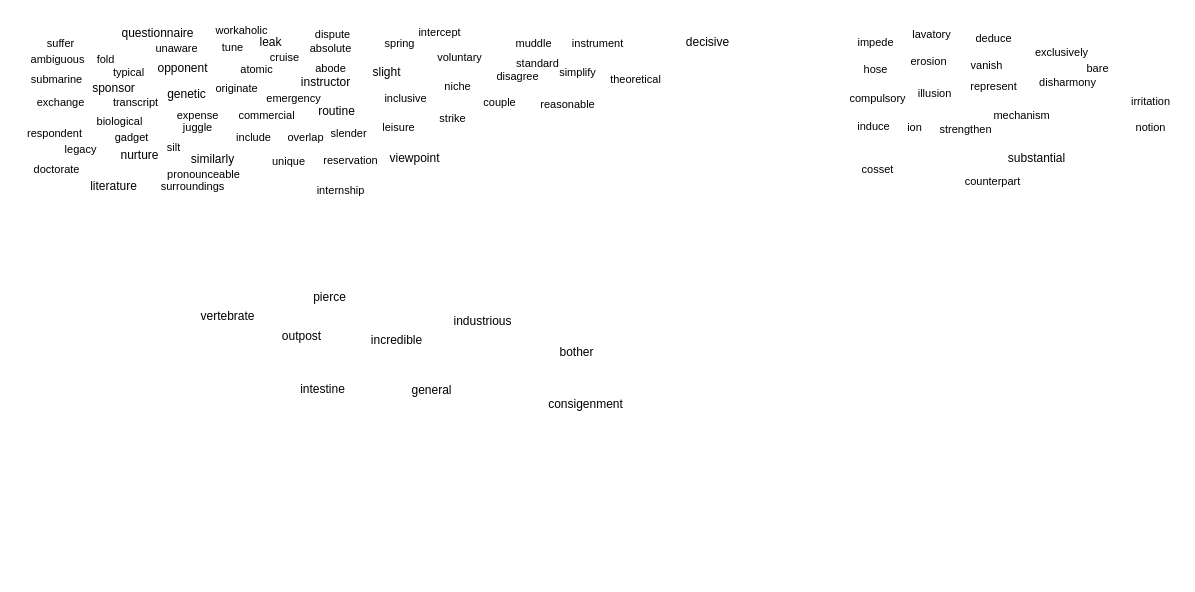
Before: page "2023年12月24日" (2 of 2) of 2023-11-13.drawio in GC-L/hello-world, a draw.io diagram. Source tidied: cells renumbered, new cells numbered last; positions are measured from the earlier drawing's top-left corner, leaving out a move shared by most shapes. Both pictures are drawn from the tidied source at 100%, with x=0, y=0 at pixel (17, 17).
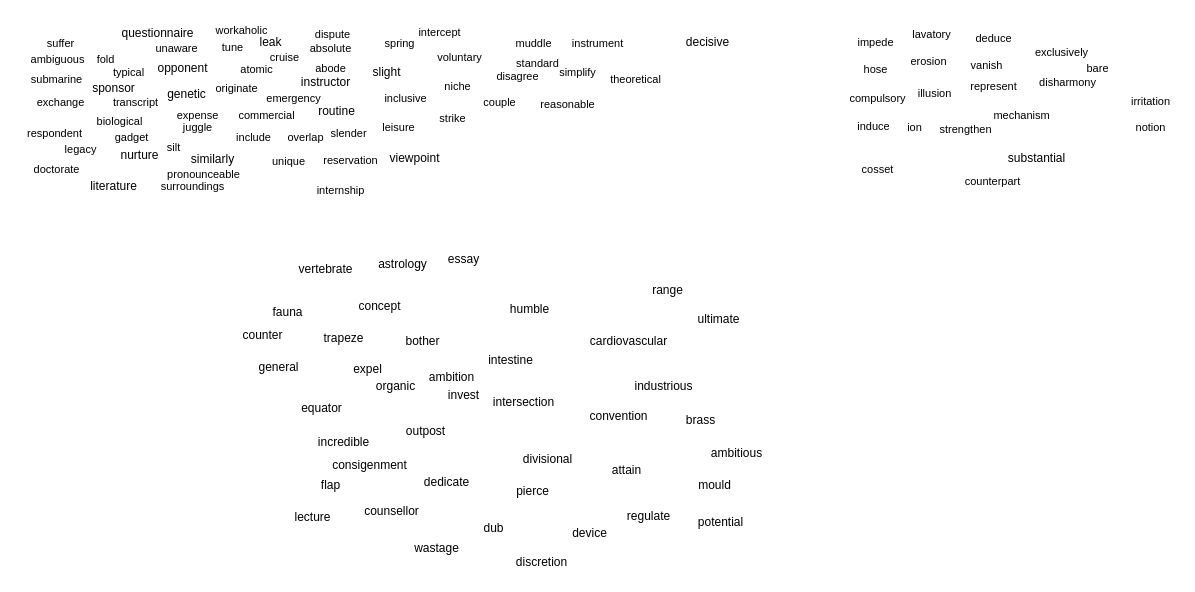
Above is the later version.

Diff of the diagram source:
```diff
@@
     <mxCell id="85" value="pierce" style="text;html=1;align=center;verticalAlign=middle;strokeColor=none;fillColor=none;" parent="1" vertex="1">
-      <mxGeometry x="286" y="267" width="51" height="26" as="geometry" />
+      <mxGeometry x="489" y="461" width="51" height="26" as="geometry" />
     </mxCell>
     <mxCell id="86" value="incredible" style="text;html=1;align=center;verticalAlign=middle;strokeColor=none;fillColor=none;" parent="1" vertex="1">
-      <mxGeometry x="344" y="310" width="69" height="26" as="geometry" />
+      <mxGeometry x="291" y="412" width="69" height="26" as="geometry" />
     </mxCell>
     <mxCell id="87" value="vertebrate" style="text;html=1;align=center;verticalAlign=middle;strokeColor=none;fillColor=none;" parent="1" vertex="1">
-      <mxGeometry x="173.5" y="286" width="72" height="26" as="geometry" />
+      <mxGeometry x="271.5" y="239" width="72" height="26" as="geometry" />
     </mxCell>
     <mxCell id="88" value="industrious" style="text;html=1;align=center;verticalAlign=middle;strokeColor=none;fillColor=none;" parent="1" vertex="1">
-      <mxGeometry x="427" y="291" width="76" height="26" as="geometry" />
+      <mxGeometry x="608" y="356" width="76" height="26" as="geometry" />
     </mxCell>
     <mxCell id="89" value="intestine" style="text;html=1;align=center;verticalAlign=middle;strokeColor=none;fillColor=none;" parent="1" vertex="1">
-      <mxGeometry x="273" y="359" width="63" height="26" as="geometry" />
+      <mxGeometry x="461" y="330" width="63" height="26" as="geometry" />
     </mxCell>
     <mxCell id="90" value="outpost" style="text;html=1;align=center;verticalAlign=middle;strokeColor=none;fillColor=none;" parent="1" vertex="1">
-      <mxGeometry x="255" y="306" width="57" height="26" as="geometry" />
+      <mxGeometry x="379" y="401" width="57" height="26" as="geometry" />
     </mxCell>
     <mxCell id="91" value="general" style="text;html=1;align=center;verticalAlign=middle;strokeColor=none;fillColor=none;" parent="1" vertex="1">
-      <mxGeometry x="385" y="360" width="58" height="26" as="geometry" />
+      <mxGeometry x="232" y="337" width="58" height="26" as="geometry" />
     </mxCell>
     <mxCell id="92" value="bother" style="text;html=1;align=center;verticalAlign=middle;strokeColor=none;fillColor=none;" parent="1" vertex="1">
-      <mxGeometry x="533" y="322" width="52" height="26" as="geometry" />
+      <mxGeometry x="379" y="311" width="52" height="26" as="geometry" />
     </mxCell>
     <mxCell id="93" value="consigenment" style="text;html=1;align=center;verticalAlign=middle;strokeColor=none;fillColor=none;" parent="1" vertex="1">
-      <mxGeometry x="521" y="374" width="93" height="26" as="geometry" />
+      <mxGeometry x="305" y="435" width="93" height="26" as="geometry" />
     </mxCell>
+    <mxCell id="94" value="convention" style="text;html=1;align=center;verticalAlign=middle;strokeColor=none;fillColor=none;" parent="1" vertex="1">
+      <mxGeometry x="563" y="386" width="76" height="26" as="geometry" />
+    </mxCell>
+    <mxCell id="95" value="organic" style="text;html=1;align=center;verticalAlign=middle;strokeColor=none;fillColor=none;" parent="1" vertex="1">
+      <mxGeometry x="349" y="356" width="57" height="26" as="geometry" />
+    </mxCell>
+    <mxCell id="96" value="trapeze" style="text;html=1;align=center;verticalAlign=middle;strokeColor=none;fillColor=none;" parent="1" vertex="1">
+      <mxGeometry x="296.5" y="308" width="58" height="26" as="geometry" />
+    </mxCell>
+    <mxCell id="97" value="intersection" style="text;html=1;align=center;verticalAlign=middle;strokeColor=none;fillColor=none;" parent="1" vertex="1">
+      <mxGeometry x="466" y="372" width="79" height="26" as="geometry" />
+    </mxCell>
+    <mxCell id="98" value="concept" style="text;html=1;align=center;verticalAlign=middle;strokeColor=none;fillColor=none;" parent="1" vertex="1">
+      <mxGeometry x="332" y="276" width="60" height="26" as="geometry" />
+    </mxCell>
+    <mxCell id="99" value="cardiovascular" style="text;html=1;align=center;verticalAlign=middle;strokeColor=none;fillColor=none;" parent="1" vertex="1">
+      <mxGeometry x="563" y="311" width="95" height="26" as="geometry" />
+    </mxCell>
+    <mxCell id="100" value="humble" style="text;html=1;align=center;verticalAlign=middle;strokeColor=none;fillColor=none;" parent="1" vertex="1">
+      <mxGeometry x="483" y="279" width="57" height="26" as="geometry" />
+    </mxCell>
+    <mxCell id="101" value="lecture" style="text;html=1;align=center;verticalAlign=middle;strokeColor=none;fillColor=none;" parent="1" vertex="1">
+      <mxGeometry x="268" y="487" width="54" height="26" as="geometry" />
+    </mxCell>
+    <mxCell id="102" value="counter" style="text;html=1;align=center;verticalAlign=middle;strokeColor=none;fillColor=none;" parent="1" vertex="1">
+      <mxGeometry x="216" y="305" width="58" height="26" as="geometry" />
+    </mxCell>
+    <mxCell id="103" value="brass" style="text;html=1;align=center;verticalAlign=middle;strokeColor=none;fillColor=none;" parent="1" vertex="1">
+      <mxGeometry x="659" y="390" width="47" height="26" as="geometry" />
+    </mxCell>
+    <mxCell id="104" value="fauna" style="text;html=1;align=center;verticalAlign=middle;strokeColor=none;fillColor=none;" parent="1" vertex="1">
+      <mxGeometry x="245.5" y="282" width="48" height="26" as="geometry" />
+    </mxCell>
+    <mxCell id="105" value="expel" style="text;html=1;align=center;verticalAlign=middle;strokeColor=none;fillColor=none;" parent="1" vertex="1">
+      <mxGeometry x="326" y="339" width="47" height="26" as="geometry" />
+    </mxCell>
+    <mxCell id="106" value="equator" style="text;html=1;align=center;verticalAlign=middle;strokeColor=none;fillColor=none;" parent="1" vertex="1">
+      <mxGeometry x="274" y="378" width="59" height="26" as="geometry" />
+    </mxCell>
+    <mxCell id="107" value="divisional" style="text;html=1;align=center;verticalAlign=middle;strokeColor=none;fillColor=none;" parent="1" vertex="1">
+      <mxGeometry x="496" y="429" width="67" height="26" as="geometry" />
+    </mxCell>
+    <mxCell id="108" value="invest" style="text;html=1;align=center;verticalAlign=middle;strokeColor=none;fillColor=none;" parent="1" vertex="1">
+      <mxGeometry x="421" y="365" width="49" height="26" as="geometry" />
+    </mxCell>
+    <mxCell id="109" value="essay" style="text;html=1;align=center;verticalAlign=middle;strokeColor=none;fillColor=none;" parent="1" vertex="1">
+      <mxGeometry x="421" y="229" width="49" height="26" as="geometry" />
+    </mxCell>
+    <mxCell id="110" value="dedicate" style="text;html=1;align=center;verticalAlign=middle;strokeColor=none;fillColor=none;" parent="1" vertex="1">
+      <mxGeometry x="397" y="452" width="63" height="26" as="geometry" />
+    </mxCell>
+    <mxCell id="111" value="astrology" style="text;html=1;align=center;verticalAlign=middle;strokeColor=none;fillColor=none;" parent="1" vertex="1">
+      <mxGeometry x="351" y="234" width="67" height="26" as="geometry" />
+    </mxCell>
+    <mxCell id="112" value="attain" style="text;html=1;align=center;verticalAlign=middle;strokeColor=none;fillColor=none;" parent="1" vertex="1">
+      <mxGeometry x="585" y="440" width="47" height="26" as="geometry" />
+    </mxCell>
+    <mxCell id="113" value="ambition" style="text;html=1;align=center;verticalAlign=middle;strokeColor=none;fillColor=none;" parent="1" vertex="1">
+      <mxGeometry x="402" y="347" width="63" height="26" as="geometry" />
+    </mxCell>
+    <mxCell id="114" value="range" style="text;html=1;align=center;verticalAlign=middle;strokeColor=none;fillColor=none;" parent="1" vertex="1">
+      <mxGeometry x="625" y="260" width="49" height="26" as="geometry" />
+    </mxCell>
+    <mxCell id="115" value="ultimate" style="text;html=1;align=center;verticalAlign=middle;strokeColor=none;fillColor=none;" parent="1" vertex="1">
+      <mxGeometry x="671" y="289" width="60" height="26" as="geometry" />
+    </mxCell>
+    <mxCell id="116" value="counsellor" style="text;html=1;align=center;verticalAlign=middle;strokeColor=none;fillColor=none;" parent="1" vertex="1">
+      <mxGeometry x="337" y="481" width="73" height="26" as="geometry" />
+    </mxCell>
+    <mxCell id="117" value="flap" style="text;html=1;align=center;verticalAlign=middle;strokeColor=none;fillColor=none;" parent="1" vertex="1">
+      <mxGeometry x="294.5" y="455" width="37" height="26" as="geometry" />
+    </mxCell>
+    <mxCell id="118" value="wastage" style="text;html=1;align=center;verticalAlign=middle;strokeColor=none;fillColor=none;" parent="1" vertex="1">
+      <mxGeometry x="387" y="518" width="63" height="26" as="geometry" />
+    </mxCell>
+    <mxCell id="119" value="dub" style="text;html=1;align=center;verticalAlign=middle;strokeColor=none;fillColor=none;" parent="1" vertex="1">
+      <mxGeometry x="457" y="498" width="38" height="26" as="geometry" />
+    </mxCell>
+    <mxCell id="120" value="device" style="text;html=1;align=center;verticalAlign=middle;strokeColor=none;fillColor=none;" parent="1" vertex="1">
+      <mxGeometry x="545" y="503" width="53" height="26" as="geometry" />
+    </mxCell>
+    <mxCell id="121" value="regulate" style="text;html=1;align=center;verticalAlign=middle;strokeColor=none;fillColor=none;" parent="1" vertex="1">
+      <mxGeometry x="600" y="486" width="61" height="26" as="geometry" />
+    </mxCell>
+    <mxCell id="122" value="mould" style="text;html=1;align=center;verticalAlign=middle;strokeColor=none;fillColor=none;" parent="1" vertex="1">
+      <mxGeometry x="671" y="455" width="51" height="26" as="geometry" />
+    </mxCell>
+    <mxCell id="123" value="potential" style="text;html=1;align=center;verticalAlign=middle;strokeColor=none;fillColor=none;" parent="1" vertex="1">
+      <mxGeometry x="671" y="492" width="63" height="26" as="geometry" />
+    </mxCell>
+    <mxCell id="124" value="discretion" style="text;html=1;align=center;verticalAlign=middle;strokeColor=none;fillColor=none;" parent="1" vertex="1">
+      <mxGeometry x="489" y="532" width="69" height="26" as="geometry" />
+    </mxCell>
+    <mxCell id="125" value="ambitious" style="text;html=1;align=center;verticalAlign=middle;strokeColor=none;fillColor=none;" parent="1" vertex="1">
+      <mxGeometry x="684" y="423" width="69" height="26" as="geometry" />
+    </mxCell>
```
